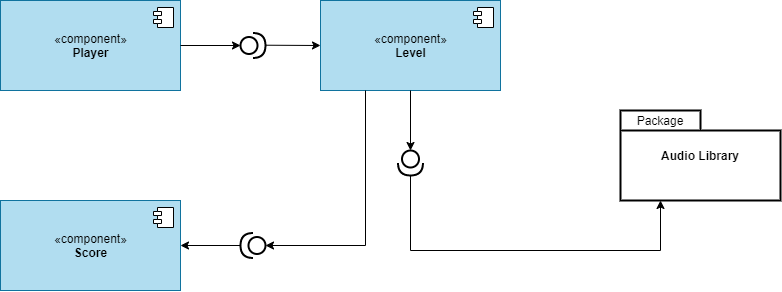
Before: Communicating Architecture/UML Component Diagram/Video Game Component Diagram example.png, a diagram exported from draw.io (smitbmx/Architecture-Diagrams). Source tidied: cells renumbered, new cells last; positions are measured from the earlier drawing's top-left corner, leaving out a move shared by most shapes.
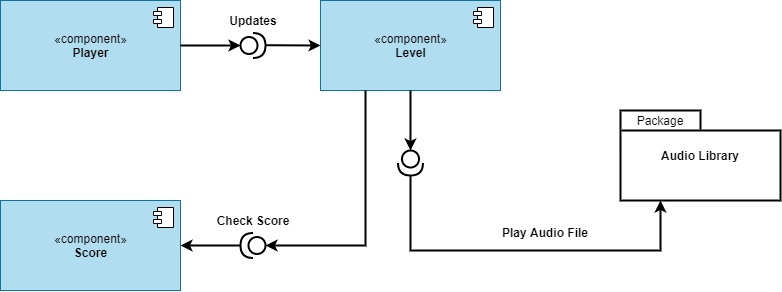
Above is the later version.

Change to the diagram source:
```diff
@@ -44,19 +44,19 @@
     <mxCell id="13" style="shape=providedRequiredInterface;html=1;verticalLabelPosition=bottom;strokeWidth=2;rotation=90;" parent="1" vertex="1">
       <mxGeometry x="397.5" y="150" width="25" height="25" as="geometry" />
     </mxCell>
-    <mxCell id="14" style="endArrow=classic;html=1;exitX=1;exitY=0.5;exitDx=0;exitDy=0;entryX=0;entryY=0.5;entryDx=0;entryDy=0;entryPerimeter=0;" parent="1" edge="1" source="2" target="11">
+    <mxCell id="14" style="endArrow=classic;html=1;exitX=1;exitY=0.5;exitDx=0;exitDy=0;entryX=0;entryY=0.5;entryDx=0;entryDy=0;entryPerimeter=0;strokeWidth=2;" parent="1" edge="1" source="2" target="11">
       <mxGeometry relative="1" as="geometry" />
     </mxCell>
-    <mxCell id="15" style="endArrow=classic;html=1;exitX=1;exitY=0.5;exitDx=0;exitDy=0;" parent="1" edge="1">
+    <mxCell id="15" style="endArrow=classic;html=1;exitX=1;exitY=0.5;exitDx=0;exitDy=0;strokeWidth=2;" parent="1" edge="1">
       <mxGeometry relative="1" as="geometry">
         <mxPoint x="265" y="44.7" as="sourcePoint" />
         <mxPoint x="320" y="45" as="targetPoint" />
       </mxGeometry>
     </mxCell>
-    <mxCell id="16" style="endArrow=classic;html=1;exitX=0.5;exitY=1;exitDx=0;exitDy=0;" parent="1" edge="1" source="4" target="13">
+    <mxCell id="16" style="endArrow=classic;html=1;exitX=0.5;exitY=1;exitDx=0;exitDy=0;strokeWidth=2;" parent="1" edge="1" source="4" target="13">
       <mxGeometry relative="1" as="geometry" />
     </mxCell>
-    <mxCell id="17" style="endArrow=classic;html=1;exitX=1;exitY=0.5;exitDx=0;exitDy=0;exitPerimeter=0;entryX=0.25;entryY=1;entryDx=0;entryDy=0;entryPerimeter=0;rounded=0;" parent="1" edge="1" source="13" target="9">
+    <mxCell id="17" style="endArrow=classic;html=1;exitX=1;exitY=0.5;exitDx=0;exitDy=0;exitPerimeter=0;entryX=0.25;entryY=1;entryDx=0;entryDy=0;entryPerimeter=0;rounded=0;strokeWidth=2;" parent="1" edge="1" source="13" target="9">
       <mxGeometry relative="1" as="geometry">
         <Array as="points">
           <mxPoint x="410" y="250" />
@@ -64,15 +64,24 @@
         </Array>
       </mxGeometry>
     </mxCell>
-    <mxCell id="18" style="endArrow=classic;html=1;exitX=1;exitY=0.5;exitDx=0;exitDy=0;exitPerimeter=0;entryX=1;entryY=0.5;entryDx=0;entryDy=0;" parent="1" edge="1" source="12" target="6">
+    <mxCell id="18" style="endArrow=classic;html=1;exitX=1;exitY=0.5;exitDx=0;exitDy=0;exitPerimeter=0;entryX=1;entryY=0.5;entryDx=0;entryDy=0;strokeWidth=2;" parent="1" edge="1" source="12" target="6">
       <mxGeometry relative="1" as="geometry" />
     </mxCell>
-    <mxCell id="19" style="endArrow=classic;html=1;entryX=0;entryY=0.5;entryDx=0;entryDy=0;entryPerimeter=0;exitX=0.25;exitY=1;exitDx=0;exitDy=0;rounded=0;" parent="1" edge="1" source="4" target="12">
+    <mxCell id="19" style="endArrow=classic;html=1;entryX=0;entryY=0.5;entryDx=0;entryDy=0;entryPerimeter=0;exitX=0.25;exitY=1;exitDx=0;exitDy=0;rounded=0;strokeWidth=2;" parent="1" edge="1" source="4" target="12">
       <mxGeometry relative="1" as="geometry">
         <Array as="points">
           <mxPoint x="365" y="245" />
         </Array>
       </mxGeometry>
     </mxCell>
+    <mxCell id="20" value="Updates" style="text;html=1;strokeColor=none;fillColor=none;align=center;verticalAlign=middle;whiteSpace=wrap;rounded=0;fontStyle=1;" parent="1" vertex="1">
+      <mxGeometry x="232.5" y="10" width="40" height="20" as="geometry" />
+    </mxCell>
+    <mxCell id="21" value="Check Score" style="text;html=1;strokeColor=none;fillColor=none;align=center;verticalAlign=middle;whiteSpace=wrap;rounded=0;fontStyle=1;" parent="1" vertex="1">
+      <mxGeometry x="208.8" y="210" width="87.5" height="20" as="geometry" />
+    </mxCell>
+    <mxCell id="22" value="Play Audio File" style="text;html=1;strokeColor=none;fillColor=none;align=center;verticalAlign=middle;whiteSpace=wrap;rounded=0;fontStyle=1;" parent="1" vertex="1">
+      <mxGeometry x="500" y="222" width="90" height="20" as="geometry" />
+    </mxCell>
   </root>
 </mxGraphModel>
```
